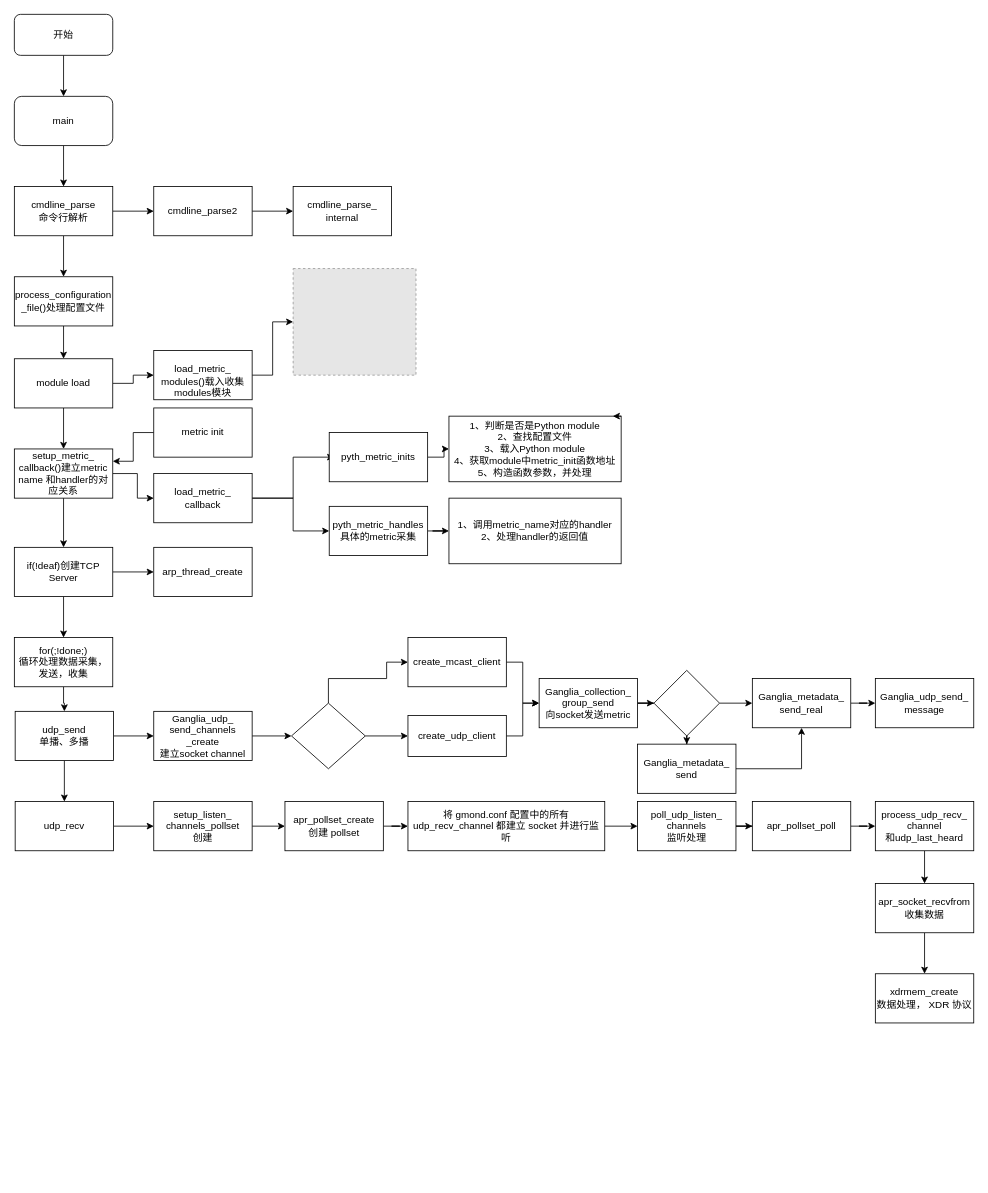
Earlier version of the draw.io diagram gmond.drawio (Tlwhisper/02cpp). Source tidied: cells renumbered, new cells numbered last; positions are measured from the earlier drawing's top-left corner, leaving out a move shared by most shapes. Both pictures are drawn from the tidied source at 82%, with x=0, y=0 at pixel (14, 14). Pictures stored in the file or linked from it are replaced by grey dashed boxes.
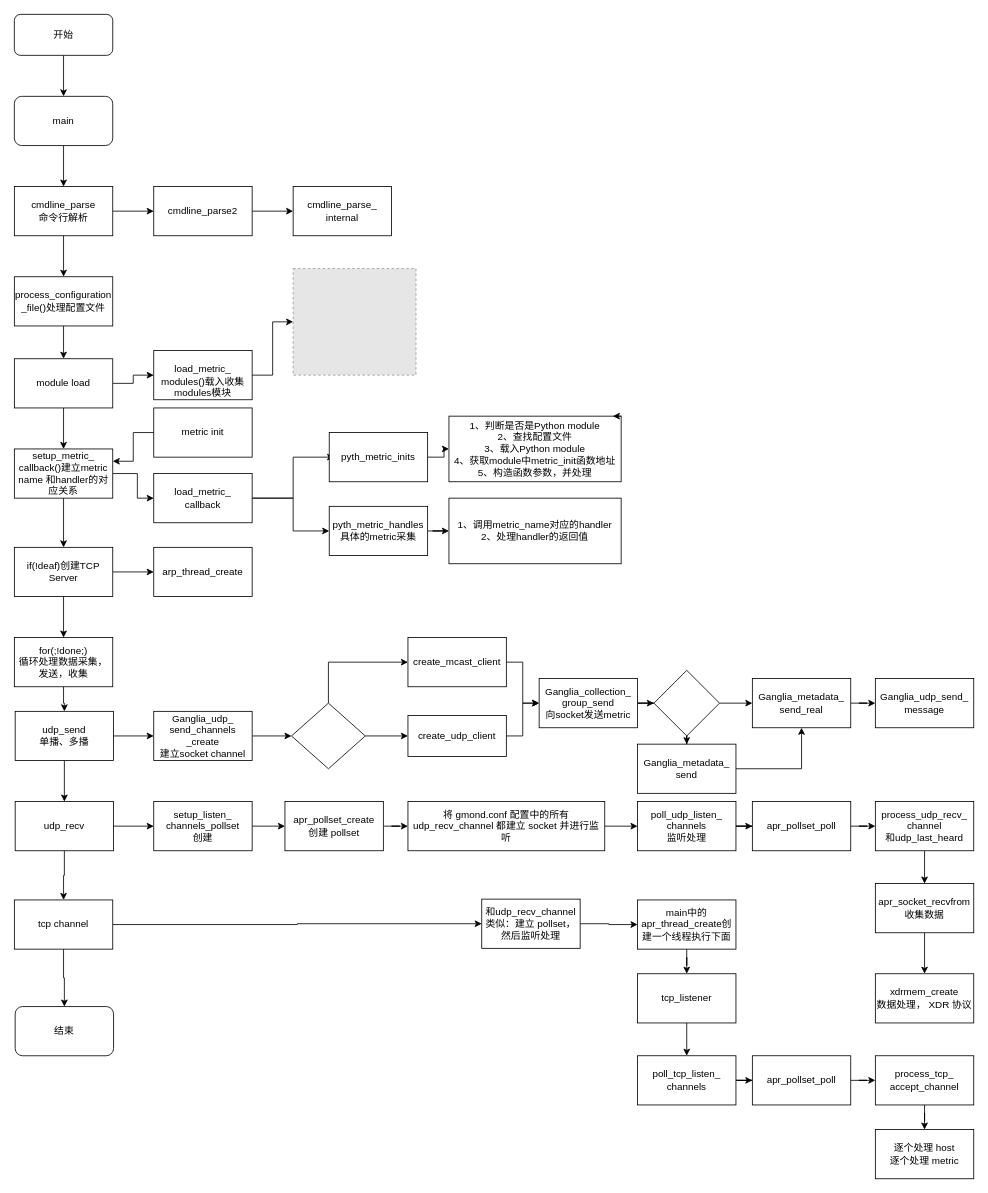
The same diagram, later.

The change refers to these unchanged cells:
```xml
<mxCell id="48" style="rhombus;whiteSpace=wrap;html=1;" parent="1" vertex="1">
  <mxGeometry x="338" y="840" width="90" height="80" as="geometry" />
</mxCell>
<mxCell id="50" value="create_mcast_client" style="rounded=0;whiteSpace=wrap;html=1;" parent="1" vertex="1">
  <mxGeometry x="480" y="760" width="120" height="60" as="geometry" />
</mxCell>
<mxCell id="64" value="udp_recv" style="rounded=0;whiteSpace=wrap;html=1;" parent="1" vertex="1">
  <mxGeometry x="1" y="960" width="120" height="60" as="geometry" />
</mxCell>
```

Diff of the diagram source:
```diff
@@
     <mxCell id="46" style="edgeStyle=orthogonalEdgeStyle;rounded=0;jettySize=auto;html=1;entryX=0;entryY=0.5;entryDx=0;entryDy=0;" parent="1" edge="1" source="48" target="50">
       <mxGeometry relative="1" as="geometry">
         <Array as="points">
-          <mxPoint x="383" y="810" />
-          <mxPoint x="454" y="810" />
-          <mxPoint x="454" y="790" />
+          <mxPoint x="383" y="790" />
         </Array>
       </mxGeometry>
     </mxCell>
@@
+    <mxCell id="80" style="edgeStyle=orthogonalEdgeStyle;rounded=0;jettySize=auto;html=1;entryX=0.5;entryY=0;entryDx=0;entryDy=0;" parent="1" edge="1" source="64" target="83">
+      <mxGeometry relative="1" as="geometry" />
+    </mxCell>
@@
+    <mxCell id="81" style="edgeStyle=orthogonalEdgeStyle;rounded=0;jettySize=auto;html=1;entryX=0;entryY=0.5;entryDx=0;entryDy=0;" parent="1" edge="1" source="83" target="85">
+      <mxGeometry relative="1" as="geometry" />
+    </mxCell>
+    <mxCell id="82" style="edgeStyle=orthogonalEdgeStyle;rounded=0;jettySize=auto;html=1;entryX=0.5;entryY=0;entryDx=0;entryDy=0;" parent="1" edge="1" source="83" target="97">
+      <mxGeometry relative="1" as="geometry" />
+    </mxCell>
+    <mxCell id="83" value="tcp channel" style="rounded=0;whiteSpace=wrap;html=1;" parent="1" vertex="1">
+      <mxGeometry y="1080" width="120" height="60" as="geometry" />
+    </mxCell>
+    <mxCell id="84" style="edgeStyle=orthogonalEdgeStyle;rounded=0;jettySize=auto;html=1;entryX=0;entryY=0.5;entryDx=0;entryDy=0;" parent="1" edge="1" source="85" target="87">
+      <mxGeometry relative="1" as="geometry" />
+    </mxCell>
+    <mxCell id="85" value="和udp_recv_channel 类似：建立 pollset，然后监听处理" style="rounded=0;whiteSpace=wrap;html=1;" parent="1" vertex="1">
+      <mxGeometry x="570" y="1079" width="120" height="60" as="geometry" />
+    </mxCell>
+    <mxCell id="86" style="edgeStyle=orthogonalEdgeStyle;rounded=0;jettySize=auto;html=1;" parent="1" edge="1" source="87" target="89">
+      <mxGeometry relative="1" as="geometry" />
+    </mxCell>
+    <mxCell id="87" value="main中的apr_thread_create创建一个线程执行下面" style="rounded=0;whiteSpace=wrap;html=1;" parent="1" vertex="1">
+      <mxGeometry x="760" y="1080" width="120" height="60" as="geometry" />
+    </mxCell>
+    <mxCell id="88" style="edgeStyle=orthogonalEdgeStyle;rounded=0;jettySize=auto;html=1;" parent="1" edge="1" source="89" target="91">
+      <mxGeometry relative="1" as="geometry" />
+    </mxCell>
+    <mxCell id="89" value="tcp_listener" style="rounded=0;whiteSpace=wrap;html=1;" parent="1" vertex="1">
+      <mxGeometry x="760" y="1170" width="120" height="60" as="geometry" />
+    </mxCell>
+    <mxCell id="90" style="edgeStyle=orthogonalEdgeStyle;rounded=0;jettySize=auto;html=1;entryX=0;entryY=0.5;entryDx=0;entryDy=0;" parent="1" edge="1" source="91" target="93">
+      <mxGeometry relative="1" as="geometry" />
+    </mxCell>
+    <mxCell id="91" value="&lt;div&gt;poll_tcp_listen_&lt;/div&gt;&lt;div&gt;channels&lt;/div&gt;" style="rounded=0;whiteSpace=wrap;html=1;" parent="1" vertex="1">
+      <mxGeometry x="760" y="1270" width="120" height="60" as="geometry" />
+    </mxCell>
+    <mxCell id="92" style="edgeStyle=orthogonalEdgeStyle;rounded=0;jettySize=auto;html=1;" parent="1" edge="1" source="93" target="95">
+      <mxGeometry relative="1" as="geometry" />
+    </mxCell>
+    <mxCell id="93" value="apr_pollset_poll" style="rounded=0;whiteSpace=wrap;html=1;" parent="1" vertex="1">
+      <mxGeometry x="900" y="1270" width="120" height="60" as="geometry" />
+    </mxCell>
+    <mxCell id="94" style="edgeStyle=orthogonalEdgeStyle;rounded=0;jettySize=auto;html=1;" parent="1" edge="1" source="95" target="96">
+      <mxGeometry relative="1" as="geometry" />
+    </mxCell>
+    <mxCell id="95" value="&lt;div&gt;process_tcp_&lt;/div&gt;&lt;div&gt;accept_channel&lt;/div&gt;" style="rounded=0;whiteSpace=wrap;html=1;" parent="1" vertex="1">
+      <mxGeometry x="1050" y="1270" width="120" height="60" as="geometry" />
+    </mxCell>
+    <mxCell id="96" value="&lt;div&gt;逐个处理 host&lt;/div&gt;&lt;div&gt;逐个处理 metric&lt;/div&gt;" style="rounded=0;whiteSpace=wrap;html=1;" parent="1" vertex="1">
+      <mxGeometry x="1050" y="1360" width="120" height="60" as="geometry" />
+    </mxCell>
+    <mxCell id="97" value="结束" style="rounded=1;whiteSpace=wrap;html=1;" parent="1" vertex="1">
+      <mxGeometry x="1" y="1210" width="120" height="60" as="geometry" />
+    </mxCell>
```
